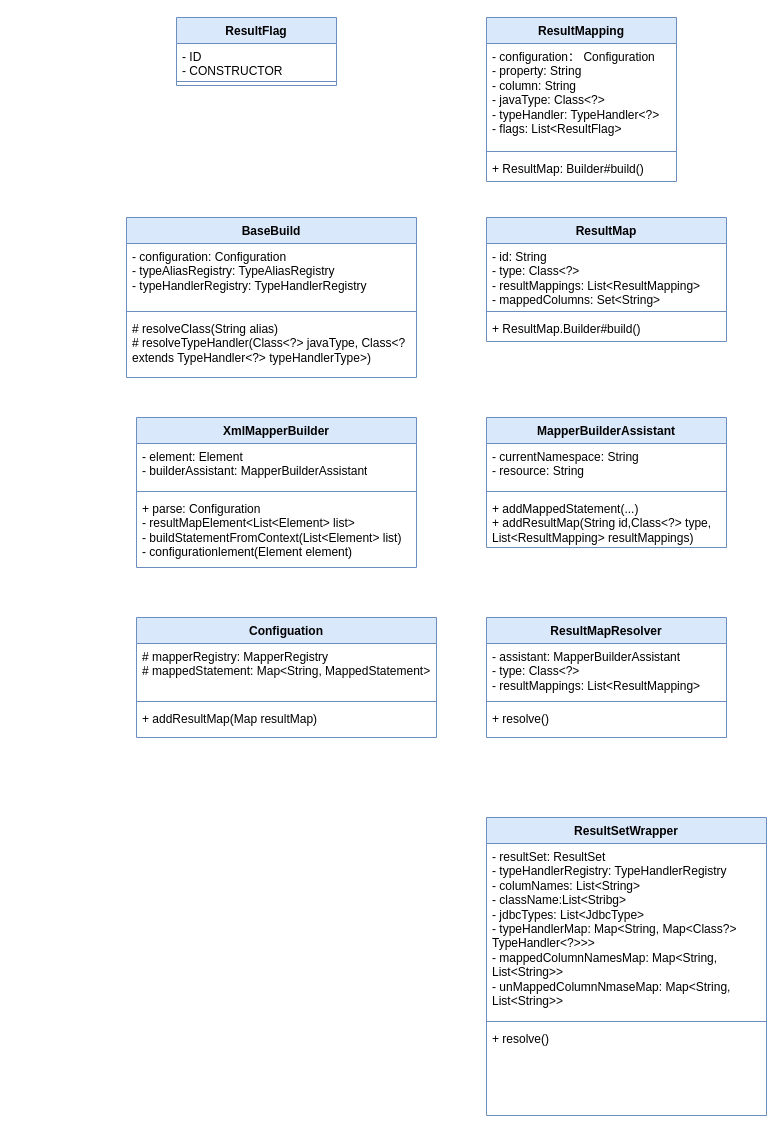
This is mybatis/第十三章：解析和使用ResultMap映射参数配置.drawio from weixiaojian/draw-io-lib, a draw.io file, before an edit. Source tidied: cells renumbered, new cells numbered last; positions are measured from the earlier drawing's top-left corner, leaving out a move shared by most shapes. Both pictures are drawn from the tidied source at 100%, with x=0, y=0 at pixel (126, 17).
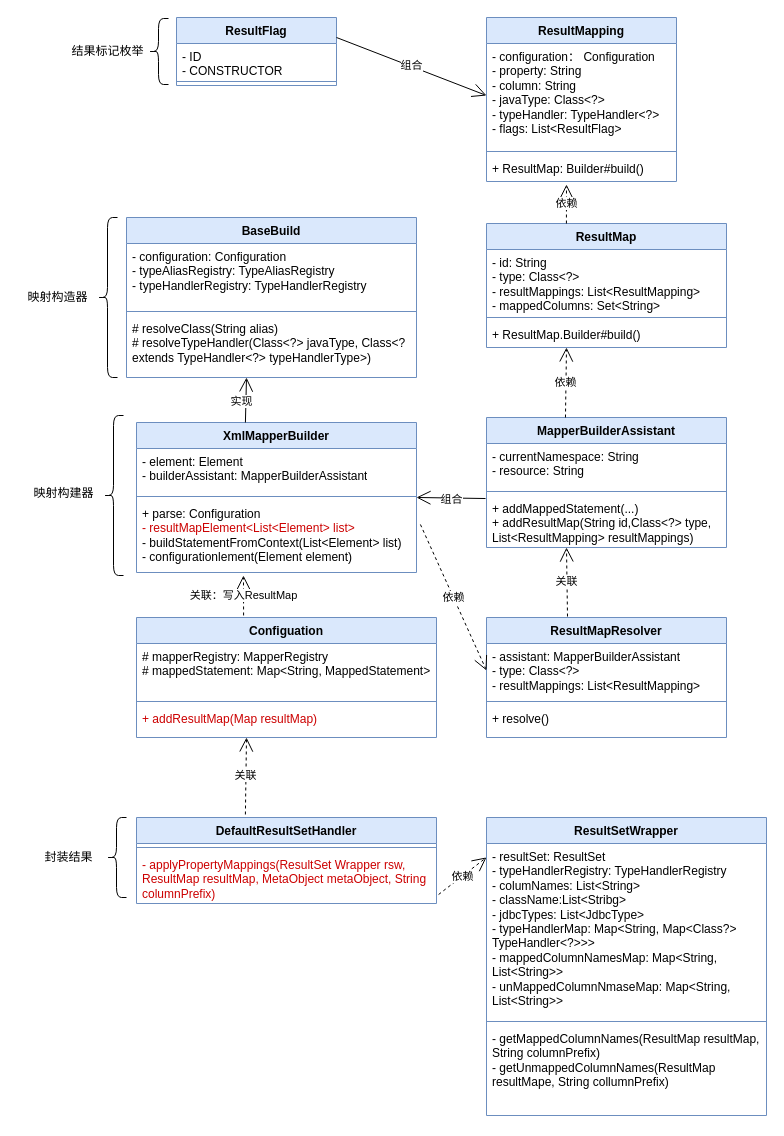
After the change.

Commit message:
更新第十三章：解析和使用ResultMap映射参数配置.drawio

The change refers to these unchanged cells:
```xml
<mxCell id="6" value="- configuration： Configuration&lt;br&gt;- property: String&lt;br&gt;- column: String&lt;br&gt;- javaType: Class&amp;lt;?&amp;gt;&lt;br&gt;- typeHandler: TypeHandler&amp;lt;?&amp;gt;&lt;br&gt;- flags: List&amp;lt;ResultFlag&amp;gt;" style="text;strokeColor=none;fillColor=none;align=left;verticalAlign=top;spacingLeft=4;spacingRight=4;overflow=hidden;points=[[0,0.5],[1,0.5]];portConstraint=eastwest;whiteSpace=wrap;html=1;" parent="5" vertex="1">
  <mxGeometry y="26" width="190" height="104" as="geometry" />
</mxCell>
<mxCell id="8" value="+ ResultMap: Builder#build()" style="text;strokeColor=none;fillColor=none;align=left;verticalAlign=top;spacingLeft=4;spacingRight=4;overflow=hidden;points=[[0,0.5],[1,0.5]];portConstraint=eastwest;whiteSpace=wrap;html=1;" parent="5" vertex="1">
  <mxGeometry y="138" width="190" height="26" as="geometry" />
</mxCell>
<mxCell id="17" value="MapperBuilderAssistant" style="swimlane;fontStyle=1;align=center;verticalAlign=top;horizontal=1;startSize=26;whiteSpace=wrap;html=1;fillColor=#dae8fc;strokeColor=#6c8ebf;" parent="1" vertex="1">
  <mxGeometry x="360" y="400" width="240" height="130" as="geometry" />
</mxCell>
<mxCell id="20" value="+ addMappedStatement(...)&lt;br&gt;+ addResultMap(String id,Class&amp;lt;?&amp;gt; type, List&amp;lt;ResultMapping&amp;gt; resultMappings)" style="text;strokeColor=none;fillColor=none;align=left;verticalAlign=top;spacingLeft=4;spacingRight=4;overflow=hidden;points=[[0,0.5],[1,0.5]];portConstraint=eastwest;whiteSpace=wrap;html=1;" parent="17" vertex="1">
  <mxGeometry y="78" width="240" height="52" as="geometry" />
</mxCell>
<mxCell id="26" value="- assistant: MapperBuilderAssistant&lt;br&gt;- type: Class&amp;lt;?&amp;gt;&lt;br&gt;- resultMappings: List&amp;lt;ResultMapping&amp;gt;" style="text;strokeColor=none;fillColor=none;align=left;verticalAlign=top;spacingLeft=4;spacingRight=4;overflow=hidden;points=[[0,0.5],[1,0.5]];portConstraint=eastwest;whiteSpace=wrap;html=1;" parent="25" vertex="1">
  <mxGeometry y="26" width="240" height="54" as="geometry" />
</mxCell>
<mxCell id="29" value="Configuation" style="swimlane;fontStyle=1;align=center;verticalAlign=top;horizontal=1;startSize=26;whiteSpace=wrap;html=1;fillColor=#dae8fc;strokeColor=#6c8ebf;" parent="1" vertex="1">
  <mxGeometry x="10" y="600" width="300" height="120" as="geometry" />
</mxCell>
<mxCell id="33" value="ResultSetWrapper" style="swimlane;fontStyle=1;align=center;verticalAlign=top;horizontal=1;startSize=26;whiteSpace=wrap;html=1;fillColor=#dae8fc;strokeColor=#6c8ebf;" parent="1" vertex="1">
  <mxGeometry x="360" y="800" width="280" height="298" as="geometry" />
</mxCell>
<mxCell id="34" value="- resultSet: ResultSet&lt;br&gt;- typeHandlerRegistry: TypeHandlerRegistry&lt;br&gt;- columNames: List&amp;lt;String&amp;gt;&lt;br&gt;- className:List&amp;lt;Stribg&amp;gt;&lt;br&gt;- jdbcTypes: List&amp;lt;JdbcType&amp;gt;&lt;br&gt;- typeHandlerMap: Map&amp;lt;String, Map&amp;lt;Class?&amp;gt; TypeHandler&amp;lt;?&amp;gt;&amp;gt;&amp;gt;&lt;br&gt;- mappedColumnNamesMap: Map&amp;lt;String, List&amp;lt;String&amp;gt;&amp;gt;&lt;br&gt;- unMappedColumnNmaseMap: Map&amp;lt;String, List&amp;lt;String&amp;gt;&amp;gt;" style="text;strokeColor=none;fillColor=none;align=left;verticalAlign=top;spacingLeft=4;spacingRight=4;overflow=hidden;points=[[0,0.5],[1,0.5]];portConstraint=eastwest;whiteSpace=wrap;html=1;" parent="33" vertex="1">
  <mxGeometry y="26" width="280" height="174" as="geometry" />
</mxCell>
```

What changed in the source:
```diff
@@
     <mxCell id="9" value="ResultMap" style="swimlane;fontStyle=1;align=center;verticalAlign=top;horizontal=1;startSize=26;whiteSpace=wrap;html=1;fillColor=#dae8fc;strokeColor=#6c8ebf;" parent="1" vertex="1">
-      <mxGeometry x="360" y="200" width="240" height="124" as="geometry" />
+      <mxGeometry x="360" y="206" width="240" height="124" as="geometry" />
     </mxCell>
@@
     <mxCell id="21" value="XmlMapperBuilder" style="swimlane;fontStyle=1;align=center;verticalAlign=top;horizontal=1;startSize=26;whiteSpace=wrap;html=1;fillColor=#dae8fc;strokeColor=#6c8ebf;" parent="1" vertex="1">
-      <mxGeometry x="10" y="400" width="280" height="150" as="geometry" />
+      <mxGeometry x="10" y="405" width="280" height="150" as="geometry" />
     </mxCell>
@@
-    <mxCell id="24" value="+ parse: Configuration&lt;br&gt;- resultMapElement&amp;lt;List&amp;lt;Element&amp;gt; list&amp;gt;&lt;br&gt;- buildStatementFromContext(List&amp;lt;Element&amp;gt; list)&lt;br&gt;- configurationlement(Element element)" style="text;strokeColor=none;fillColor=none;align=left;verticalAlign=top;spacingLeft=4;spacingRight=4;overflow=hidden;points=[[0,0.5],[1,0.5]];portConstraint=eastwest;whiteSpace=wrap;html=1;" parent="21" vertex="1">
+    <mxCell id="24" value="+ parse: Configuration&lt;br&gt;&lt;font color=&quot;#cc0000&quot;&gt;- resultMapElement&amp;lt;List&amp;lt;Element&amp;gt; list&amp;gt;&lt;/font&gt;&lt;br&gt;- buildStatementFromContext(List&amp;lt;Element&amp;gt; list)&lt;br&gt;- configurationlement(Element element)" style="text;strokeColor=none;fillColor=none;align=left;verticalAlign=top;spacingLeft=4;spacingRight=4;overflow=hidden;points=[[0,0.5],[1,0.5]];portConstraint=eastwest;whiteSpace=wrap;html=1;" parent="21" vertex="1">
       <mxGeometry y="78" width="280" height="72" as="geometry" />
     </mxCell>
@@
-    <mxCell id="32" value="+ addResultMap(Map resultMap)" style="text;strokeColor=none;fillColor=none;align=left;verticalAlign=top;spacingLeft=4;spacingRight=4;overflow=hidden;whiteSpace=wrap;html=1;" parent="29" vertex="1">
+    <mxCell id="32" value="&lt;font color=&quot;#cc0000&quot;&gt;+ addResultMap(Map resultMap)&lt;/font&gt;" style="text;strokeColor=none;fillColor=none;align=left;verticalAlign=top;spacingLeft=4;spacingRight=4;overflow=hidden;whiteSpace=wrap;html=1;" parent="29" vertex="1">
       <mxGeometry y="88" width="300" height="32" as="geometry" />
     </mxCell>
@@
-    <mxCell id="36" value="+ resolve()" style="text;strokeColor=none;fillColor=none;align=left;verticalAlign=top;spacingLeft=4;spacingRight=4;overflow=hidden;whiteSpace=wrap;html=1;" parent="33" vertex="1">
+    <mxCell id="36" value="- getMappedColumnNames(ResultMap resultMap, String columnPrefix)&lt;br&gt;- getUnmappedColumnNames(ResultMap resultMape, String collumnPrefix)" style="text;strokeColor=none;fillColor=none;align=left;verticalAlign=top;spacingLeft=4;spacingRight=4;overflow=hidden;whiteSpace=wrap;html=1;" parent="33" vertex="1">
       <mxGeometry y="208" width="280" height="90" as="geometry" />
     </mxCell>
+    <mxCell id="37" value="DefaultResultSetHandler" style="swimlane;fontStyle=1;align=center;verticalAlign=top;horizontal=1;startSize=26;whiteSpace=wrap;html=1;fillColor=#dae8fc;strokeColor=#6c8ebf;" parent="1" vertex="1">
+      <mxGeometry x="10" y="800" width="300" height="86" as="geometry" />
+    </mxCell>
+    <mxCell id="38" style="line;strokeWidth=1;fillColor=none;align=left;verticalAlign=middle;spacingTop=-1;spacingLeft=3;spacingRight=3;labelPosition=right;strokeColor=inherit;" parent="37" vertex="1">
+      <mxGeometry y="26" width="300" height="8" as="geometry" />
+    </mxCell>
+    <mxCell id="39" value="&lt;font color=&quot;#cc0000&quot;&gt;- applyPropertyMappings(ResultSet Wrapper rsw, ResultMap resultMap, MetaObject metaObject, String columnPrefix)&lt;/font&gt;" style="text;strokeColor=none;fillColor=none;align=left;verticalAlign=top;spacingLeft=4;spacingRight=4;overflow=hidden;points=[[0,0.5],[1,0.5]];portConstraint=eastwest;whiteSpace=wrap;html=1;" parent="37" vertex="1">
+      <mxGeometry y="34" width="300" height="52" as="geometry" />
+    </mxCell>
+    <mxCell id="40" style="shape=curlyBracket;whiteSpace=wrap;html=1;rounded=1;labelPosition=left;verticalLabelPosition=middle;align=right;verticalAlign=middle;" parent="1" vertex="1">
+      <mxGeometry x="22" y="1" width="20" height="66" as="geometry" />
+    </mxCell>
+    <mxCell id="41" style="shape=curlyBracket;whiteSpace=wrap;html=1;rounded=1;labelPosition=left;verticalLabelPosition=middle;align=right;verticalAlign=middle;" parent="1" vertex="1">
+      <mxGeometry x="-29" y="200" width="20" height="160" as="geometry" />
+    </mxCell>
+    <mxCell id="42" style="shape=curlyBracket;whiteSpace=wrap;html=1;rounded=1;labelPosition=left;verticalLabelPosition=middle;align=right;verticalAlign=middle;" parent="1" vertex="1">
+      <mxGeometry x="-23" y="398" width="20" height="160" as="geometry" />
+    </mxCell>
+    <mxCell id="43" style="shape=curlyBracket;whiteSpace=wrap;html=1;rounded=1;labelPosition=left;verticalLabelPosition=middle;align=right;verticalAlign=middle;" parent="1" vertex="1">
+      <mxGeometry x="-20" y="800" width="20" height="80" as="geometry" />
+    </mxCell>
+    <mxCell id="44" value="结果标记枚举" style="text;html=1;align=center;verticalAlign=middle;strokeColor=none;fillColor=none;" parent="1" vertex="1">
+      <mxGeometry x="-69" y="19" width="100" height="30" as="geometry" />
+    </mxCell>
+    <mxCell id="45" value="映射构造器" style="text;html=1;align=center;verticalAlign=middle;strokeColor=none;fillColor=none;" parent="1" vertex="1">
+      <mxGeometry x="-109" y="265" width="80" height="30" as="geometry" />
+    </mxCell>
+    <mxCell id="46" value="映射构建器" style="text;html=1;align=center;verticalAlign=middle;strokeColor=none;fillColor=none;" parent="1" vertex="1">
+      <mxGeometry x="-103" y="461" width="80" height="30" as="geometry" />
+    </mxCell>
+    <mxCell id="47" value="封装结果" style="text;html=1;align=center;verticalAlign=middle;strokeColor=none;fillColor=none;" parent="1" vertex="1">
+      <mxGeometry x="-93" y="825" width="70" height="30" as="geometry" />
+    </mxCell>
+    <mxCell id="48" style="endArrow=open;endFill=1;endSize=12;html=1;rounded=0;entryX=0;entryY=0.5;entryDx=0;entryDy=0;" parent="1" edge="1" target="6">
+      <mxGeometry relative="1" as="geometry">
+        <mxPoint x="210" y="20" as="sourcePoint" />
+      </mxGeometry>
+    </mxCell>
+    <mxCell id="49" value="组合" style="edgeLabel;html=1;align=center;verticalAlign=middle;" parent="48" vertex="1">
+      <mxGeometry y="1" relative="1" as="geometry" />
+    </mxCell>
+    <mxCell id="50" value="依赖" style="endArrow=open;endSize=12;dashed=1;html=1;rounded=0;entryX=0.421;entryY=1.115;entryDx=0;entryDy=0;entryPerimeter=0;exitX=0.333;exitY=0;exitDx=0;exitDy=0;exitPerimeter=0;" parent="1" edge="1" source="9" target="8">
+      <mxGeometry relative="1" as="geometry" />
+    </mxCell>
+    <mxCell id="51" value="依赖" style="endArrow=open;endSize=12;dashed=1;html=1;rounded=0;exitX=1.014;exitY=0.333;exitDx=0;exitDy=0;exitPerimeter=0;entryX=0;entryY=0.5;entryDx=0;entryDy=0;" parent="1" edge="1" source="24" target="26">
+      <mxGeometry relative="1" as="geometry" />
+    </mxCell>
+    <mxCell id="52" value="关联" style="endArrow=open;endSize=12;dashed=1;html=1;rounded=0;exitX=0.338;exitY=-0.008;exitDx=0;exitDy=0;exitPerimeter=0;" parent="1" edge="1">
+      <mxGeometry x="0.01" relative="1" as="geometry">
+        <mxPoint x="441" y="599" as="sourcePoint" />
+        <mxPoint x="440" y="530" as="targetPoint" />
+      </mxGeometry>
+    </mxCell>
+    <mxCell id="53" style="endArrow=open;endFill=1;endSize=12;html=1;rounded=0;exitX=0.389;exitY=0;exitDx=0;exitDy=0;exitPerimeter=0;" parent="1" edge="1" source="21">
+      <mxGeometry relative="1" as="geometry">
+        <mxPoint x="120" y="360" as="targetPoint" />
+      </mxGeometry>
+    </mxCell>
+    <mxCell id="54" value="实现" style="edgeLabel;html=1;align=center;verticalAlign=middle;" parent="53" vertex="1">
+      <mxGeometry x="-0.07" y="5" relative="1" as="geometry" />
+    </mxCell>
+    <mxCell id="55" value="关联：写入ResultMap" style="endArrow=open;endSize=12;dashed=1;html=1;rounded=0;entryX=0.382;entryY=1.042;entryDx=0;entryDy=0;entryPerimeter=0;exitX=0.357;exitY=-0.017;exitDx=0;exitDy=0;exitPerimeter=0;" parent="1" edge="1" source="29" target="24">
+      <mxGeometry relative="1" as="geometry" />
+    </mxCell>
+    <mxCell id="56" style="endArrow=open;endFill=1;endSize=12;html=1;rounded=0;entryX=1;entryY=-0.042;entryDx=0;entryDy=0;entryPerimeter=0;exitX=-0.004;exitY=0.058;exitDx=0;exitDy=0;exitPerimeter=0;" parent="1" edge="1" source="20" target="24">
+      <mxGeometry relative="1" as="geometry" />
+    </mxCell>
+    <mxCell id="57" value="组合" style="edgeLabel;html=1;align=center;verticalAlign=middle;" parent="56" vertex="1">
+      <mxGeometry y="1" relative="1" as="geometry" />
+    </mxCell>
+    <mxCell id="58" value="关联" style="endArrow=open;endSize=12;dashed=1;html=1;rounded=0;exitX=0.363;exitY=-0.035;exitDx=0;exitDy=0;exitPerimeter=0;" parent="1" edge="1" source="37">
+      <mxGeometry x="0.01" relative="1" as="geometry">
+        <mxPoint x="120" y="720" as="targetPoint" />
+      </mxGeometry>
+    </mxCell>
+    <mxCell id="59" value="依赖" style="endArrow=open;endSize=12;dashed=1;html=1;rounded=0;exitX=1.007;exitY=0.827;exitDx=0;exitDy=0;exitPerimeter=0;entryX=0;entryY=0.08;entryDx=0;entryDy=0;entryPerimeter=0;" parent="1" edge="1" source="39" target="34">
+      <mxGeometry relative="1" as="geometry" />
+    </mxCell>
+    <mxCell id="60" value="依赖" style="endArrow=open;endSize=12;dashed=1;html=1;rounded=0;entryX=0.421;entryY=1.115;entryDx=0;entryDy=0;entryPerimeter=0;exitX=0.329;exitY=0;exitDx=0;exitDy=0;exitPerimeter=0;" parent="1" edge="1" source="17">
+      <mxGeometry relative="1" as="geometry">
+        <mxPoint x="440" y="330" as="targetPoint" />
+      </mxGeometry>
+    </mxCell>
```
